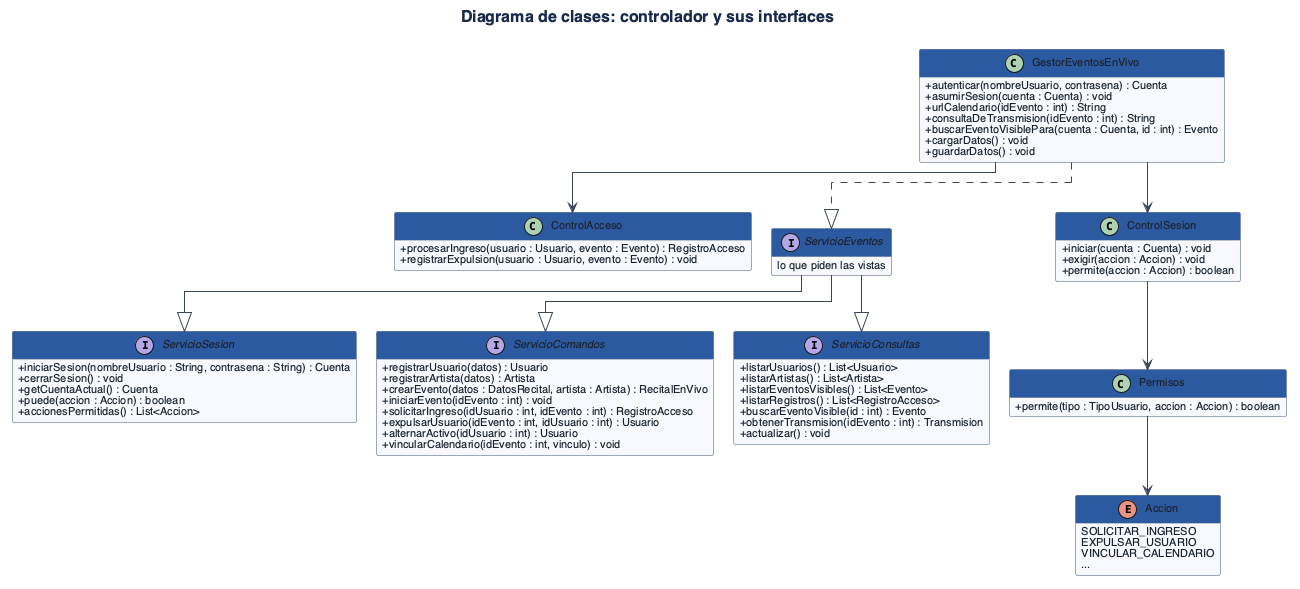
lferraro1103/Proceso-de-desarrollo-de-sosftware keeps this PlantUML diagram as TP/Grupo9_POO_Diagramas_Pdf/imagenes/clases-controlador.png. Above is the earlier version.
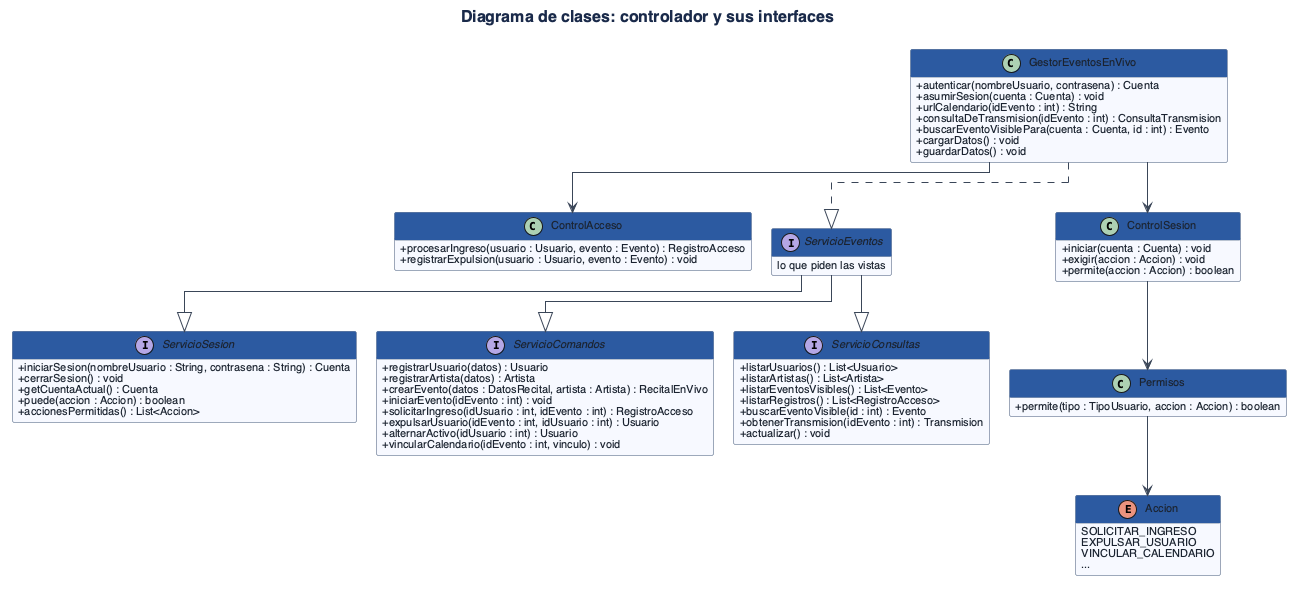
After the commit.

What changed in the source:
```diff
@@ -39,7 +39,7 @@
   +autenticar(nombreUsuario, contrasena) : Cuenta
   +asumirSesion(cuenta : Cuenta) : void
   +urlCalendario(idEvento : int) : String
-  +consultaDeTransmision(idEvento : int) : String
+  +consultaDeTransmision(idEvento : int) : ConsultaTransmision
   +buscarEventoVisiblePara(cuenta : Cuenta, id : int) : Evento
   +cargarDatos() : void
   +guardarDatos() : void
```
